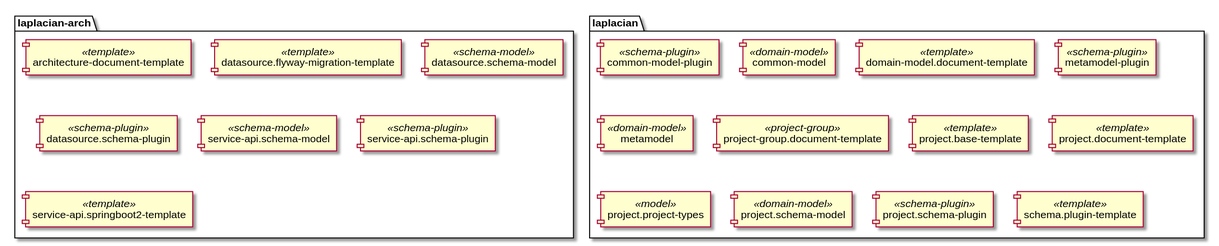
The PlantUML diagram doc/image/project-dependency-graph.svg in laplacian-core/projects, before a commit.
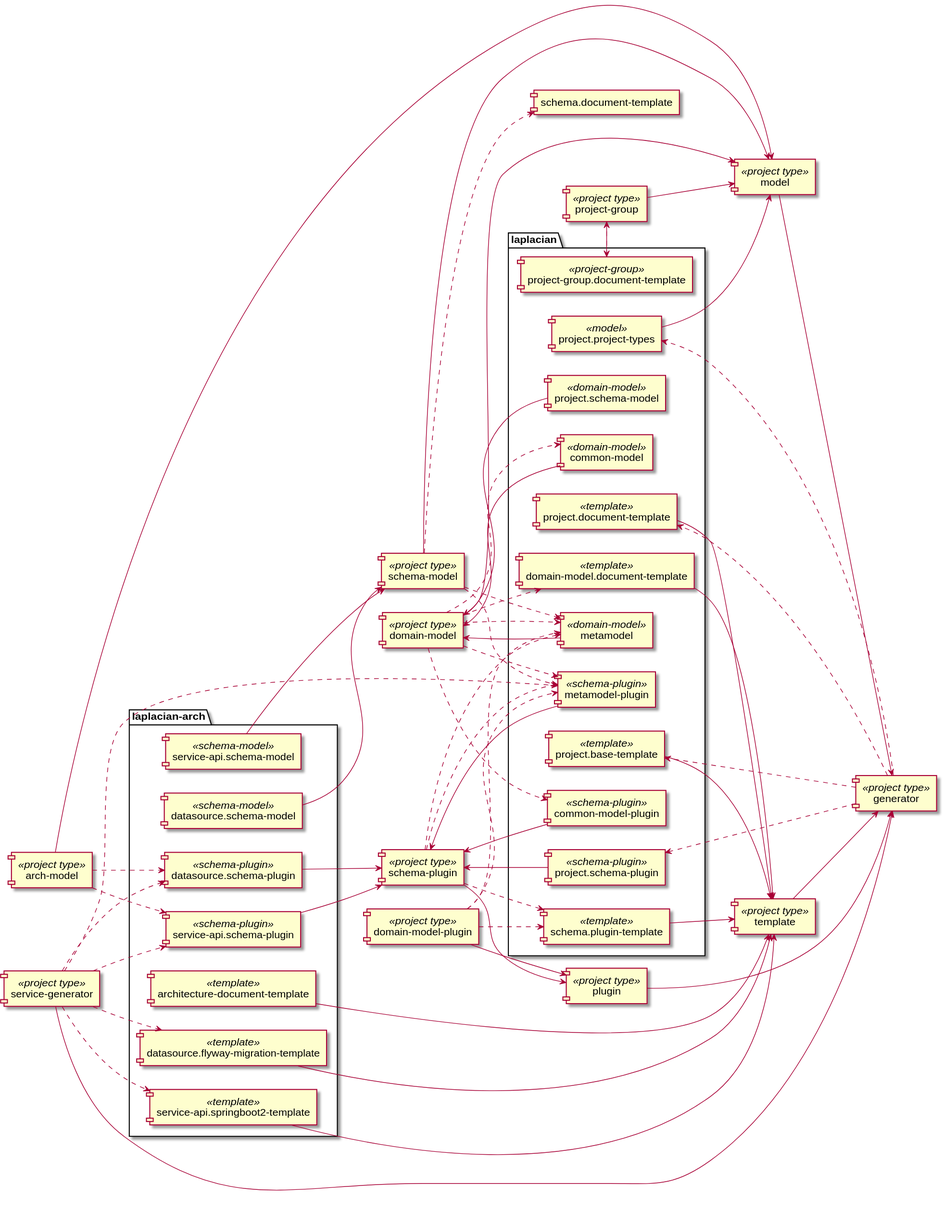
The same diagram one commit later.

Commit message:
update the dependency graph

The edit, as a diff of the source:
```diff
@@ -1,27 +1,112 @@
 @startuml
+left to right direction
+
+[arch-model] <<project type>>
+[domain-model-plugin] <<project type>>
+[domain-model] <<project type>>
+[generator] <<project type>>
+[model] <<project type>>
+[plugin] <<project type>>
+[project-group] <<project type>>
+[schema-model] <<project type>>
+[schema-plugin] <<project type>>
+[service-generator] <<project type>>
+[template] <<project type>>
+
+
+[arch-model] --> [model]
+[domain-model-plugin] --> [plugin]
+[domain-model] --> [model]
+[model] --> [generator]
+[plugin] --> [generator]
+[project-group] --> [model]
+[schema-model] --> [model]
+[schema-plugin] --> [plugin]
+[service-generator] --> [generator]
+[template] --> [generator]
+
 
 package "laplacian-arch" {
   [architecture-document-template] <<template>>
+  [architecture-document-template] --> [template]
   [datasource.flyway-migration-template] <<template>>
+  [datasource.flyway-migration-template] --> [template]
   [datasource.schema-model] <<schema-model>>
+  [datasource.schema-model] --> [schema-model]
   [datasource.schema-plugin] <<schema-plugin>>
+  [datasource.schema-plugin] --> [schema-plugin]
   [service-api.schema-model] <<schema-model>>
+  [service-api.schema-model] --> [schema-model]
   [service-api.schema-plugin] <<schema-plugin>>
+  [service-api.schema-plugin] --> [schema-plugin]
   [service-api.springboot2-template] <<template>>
+  [service-api.springboot2-template] --> [template]
 }
 package "laplacian" {
   [common-model-plugin] <<schema-plugin>>
+  [common-model-plugin] --> [schema-plugin]
   [common-model] <<domain-model>>
+  [common-model] --> [domain-model]
   [domain-model.document-template] <<template>>
+  [domain-model.document-template] --> [template]
   [metamodel-plugin] <<schema-plugin>>
+  [metamodel-plugin] --> [schema-plugin]
   [metamodel] <<domain-model>>
+  [metamodel] --> [domain-model]
   [project-group.document-template] <<project-group>>
+  [project-group.document-template] --> [project-group]
   [project.base-template] <<template>>
+  [project.base-template] --> [template]
   [project.document-template] <<template>>
+  [project.document-template] --> [template]
   [project.project-types] <<model>>
+  [project.project-types] --> [model]
   [project.schema-model] <<domain-model>>
+  [project.schema-model] --> [domain-model]
   [project.schema-plugin] <<schema-plugin>>
+  [project.schema-plugin] --> [schema-plugin]
   [schema.plugin-template] <<template>>
+  [schema.plugin-template] --> [template]
 }
 
+
+
+  [arch-model] ..> [datasource.schema-plugin]
+  [arch-model] ..> [service-api.schema-plugin]
+
+  [domain-model-plugin] ..> [metamodel]
+  [domain-model-plugin] ..> [schema.plugin-template]
+  [domain-model-plugin] ..> [metamodel-plugin]
+
+  [domain-model] ..> [metamodel]
+  [domain-model] ..> [common-model]
+  [domain-model] ..> [domain-model.document-template]
+  [domain-model] ..> [metamodel-plugin]
+  [domain-model] ..> [common-model-plugin]
+
+  [generator] ..> [project.project-types]
+  [generator] ..> [project.base-template]
+  [generator] ..> [project.document-template]
+  [generator] ..> [project.schema-plugin]
+
+
+
+  [project-group] ..> [project-group.document-template]
+
+  [schema-model] ..> [metamodel]
+  [schema-model] ..> [schema.document-template]
+  [schema-model] ..> [metamodel-plugin]
+
+  [schema-plugin] ..> [metamodel]
+  [schema-plugin] ..> [schema.plugin-template]
+  [schema-plugin] ..> [metamodel-plugin]
+
+  [service-generator] ..> [datasource.flyway-migration-template]
+  [service-generator] ..> [service-api.springboot2-template]
+  [service-generator] ..> [metamodel-plugin]
+  [service-generator] ..> [datasource.schema-plugin]
+  [service-generator] ..> [service-api.schema-plugin]
+
+
+
 @enduml
```
